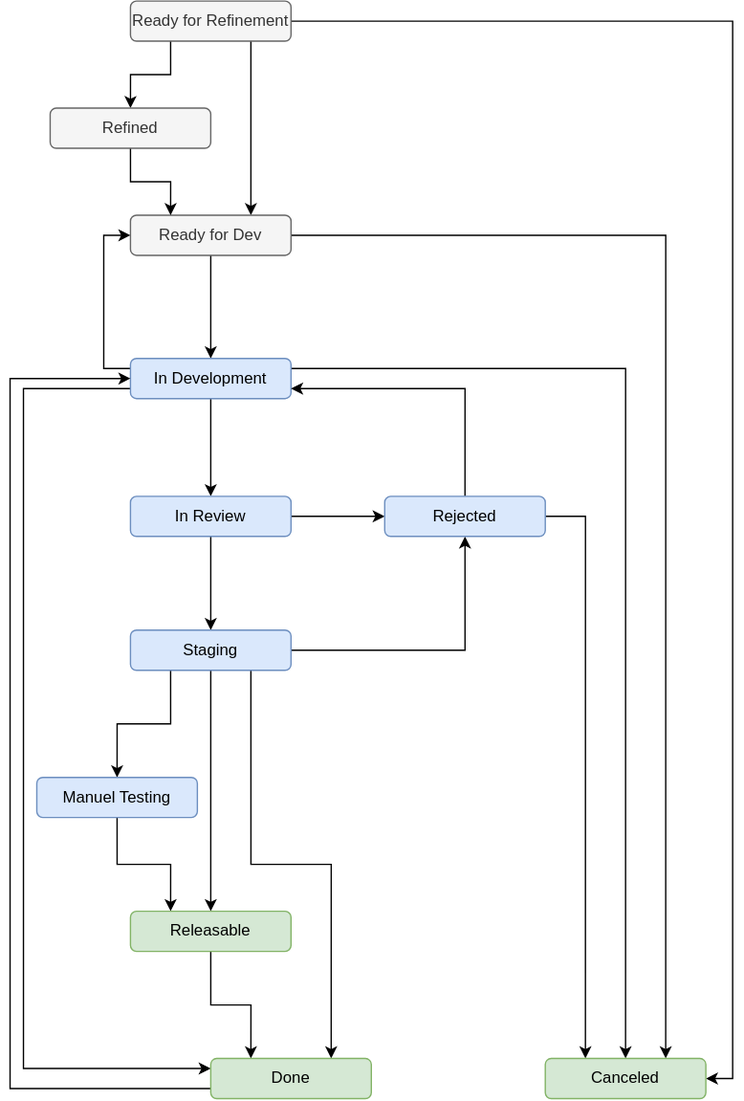
The draw.io diagram workflows/workflow-bug.drawio.svg in ksb-digital/.github, before a commit. Source tidied: cells renumbered, new cells last; positions are measured from the earlier drawing's top-left corner, leaving out a move shared by most shapes.
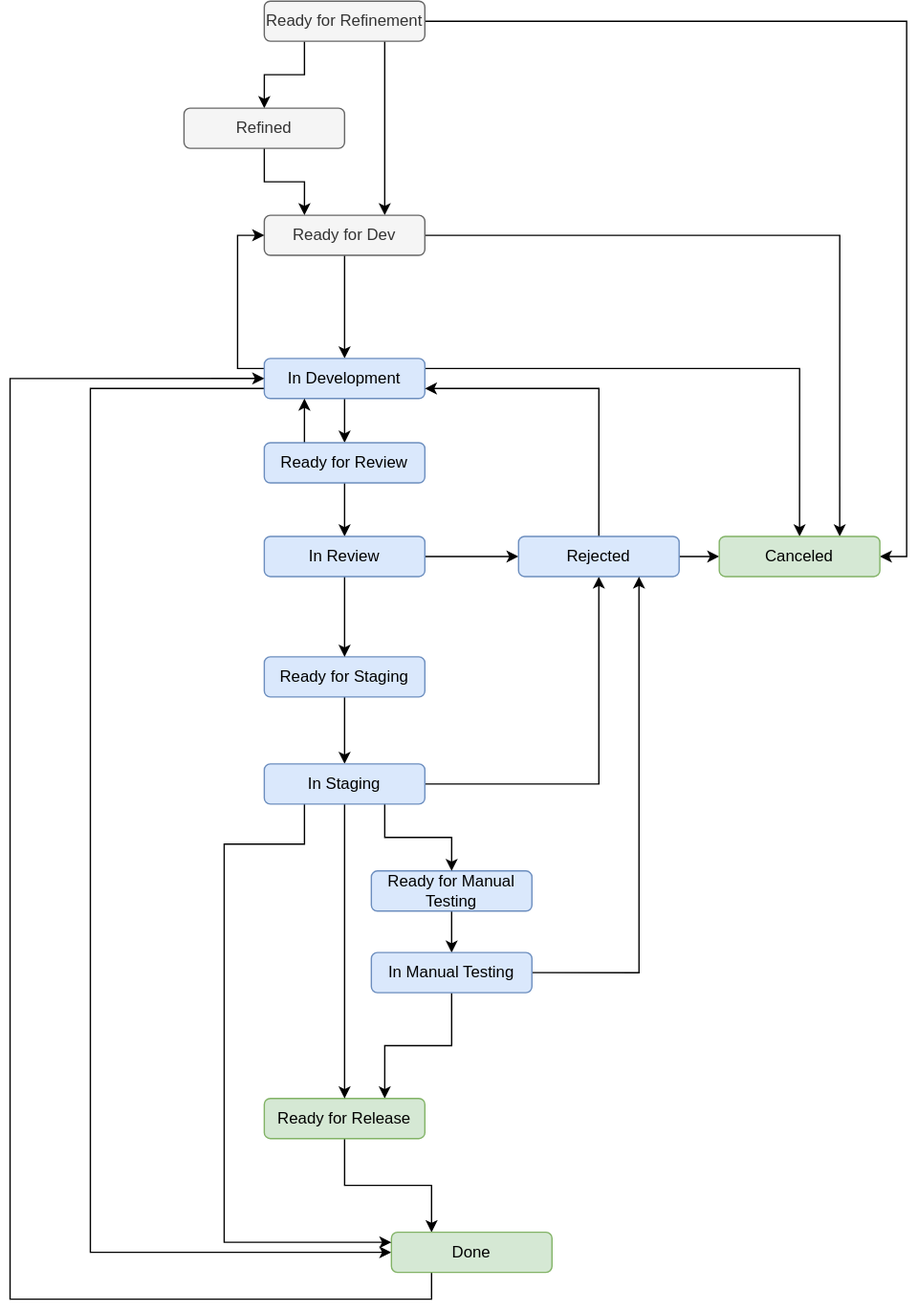
Above is the later version.

Commit message:
docs: adjust bug workflow

Change to the diagram source:
```diff
@@ -29,78 +29,79 @@
     <mxCell id="10" style="edgeStyle=orthogonalEdgeStyle;rounded=0;jettySize=auto;html=1;exitX=1;exitY=0.25;exitDx=0;exitDy=0;entryX=0.5;entryY=0;entryDx=0;entryDy=0;" parent="1" edge="1" source="13" target="31">
       <mxGeometry relative="1" as="geometry" />
     </mxCell>
+    <mxCell id="12" style="edgeStyle=orthogonalEdgeStyle;rounded=0;jettySize=auto;html=1;exitX=0;exitY=0.25;exitDx=0;exitDy=0;entryX=0;entryY=0.5;entryDx=0;entryDy=0;" parent="1" edge="1" source="13" target="8">
+      <mxGeometry relative="1" as="geometry" />
+    </mxCell>
-    <mxCell id="11" style="edgeStyle=orthogonalEdgeStyle;rounded=0;jettySize=auto;html=1;exitX=0;exitY=0.75;exitDx=0;exitDy=0;entryX=0;entryY=0.25;entryDx=0;entryDy=0;" parent="1" edge="1" source="13" target="30">
+    <mxCell id="11" style="edgeStyle=orthogonalEdgeStyle;rounded=0;jettySize=auto;html=1;exitX=0;exitY=0.75;exitDx=0;exitDy=0;entryX=0;entryY=0.5;entryDx=0;entryDy=0;" parent="1" edge="1" source="13" target="30">
       <mxGeometry relative="1" as="geometry">
         <Array as="points">
-          <mxPoint x="10" y="290" />
-          <mxPoint x="10" y="798" />
+          <mxPoint x="-40" y="290" />
+          <mxPoint x="-40" y="935" />
         </Array>
       </mxGeometry>
     </mxCell>
-    <mxCell id="12" style="edgeStyle=orthogonalEdgeStyle;rounded=0;jettySize=auto;html=1;exitX=0;exitY=0.25;exitDx=0;exitDy=0;entryX=0;entryY=0.5;entryDx=0;entryDy=0;" parent="1" edge="1" source="13" target="8">
-      <mxGeometry relative="1" as="geometry" />
-    </mxCell>
     <mxCell id="13" value="In Development" style="rounded=1;whiteSpace=wrap;html=1;fillColor=#dae8fc;strokeColor=#6c8ebf;" parent="1" vertex="1">
       <mxGeometry x="90" y="267" width="120" height="30" as="geometry" />
     </mxCell>
-    <mxCell id="14" style="edgeStyle=orthogonalEdgeStyle;rounded=0;jettySize=auto;html=1;exitX=0.5;exitY=1;exitDx=0;exitDy=0;entryX=0.5;entryY=0;entryDx=0;entryDy=0;" parent="1" edge="1" source="16" target="21">
-      <mxGeometry relative="1" as="geometry" />
-    </mxCell>
-    <mxCell id="15" style="edgeStyle=orthogonalEdgeStyle;rounded=0;jettySize=auto;html=1;exitX=1;exitY=0.5;exitDx=0;exitDy=0;entryX=0;entryY=0.5;entryDx=0;entryDy=0;" parent="1" edge="1" source="16" target="24">
+    <mxCell id="15" style="edgeStyle=orthogonalEdgeStyle;rounded=0;jettySize=auto;html=1;exitX=1;exitY=0.5;exitDx=0;exitDy=0;entryX=0;entryY=0.5;entryDx=0;entryDy=0;" parent="1" edge="1" source="39" target="24">
       <mxGeometry relative="1" as="geometry" />
     </mxCell>
+    <mxCell id="34" style="edgeStyle=orthogonalEdgeStyle;rounded=0;jettySize=auto;html=1;exitX=0.5;exitY=1;exitDx=0;exitDy=0;entryX=0.5;entryY=0;entryDx=0;entryDy=0;" parent="1" edge="1" source="16" target="39">
+      <mxGeometry relative="1" as="geometry" />
+    </mxCell>
+    <mxCell id="35" style="edgeStyle=orthogonalEdgeStyle;rounded=0;jettySize=auto;html=1;exitX=0.25;exitY=0;exitDx=0;exitDy=0;entryX=0.25;entryY=1;entryDx=0;entryDy=0;" parent="1" edge="1" source="16" target="13">
+      <mxGeometry relative="1" as="geometry" />
+    </mxCell>
-    <mxCell id="16" value="In Review" style="rounded=1;whiteSpace=wrap;html=1;fillColor=#dae8fc;strokeColor=#6c8ebf;" parent="1" vertex="1">
-      <mxGeometry x="90" y="370" width="120" height="30" as="geometry" />
+    <mxCell id="16" value="Ready for Review" style="rounded=1;whiteSpace=wrap;html=1;fillColor=#dae8fc;strokeColor=#6c8ebf;" parent="1" vertex="1">
+      <mxGeometry x="90" y="330" width="120" height="30" as="geometry" />
     </mxCell>
-    <mxCell id="17" style="edgeStyle=orthogonalEdgeStyle;rounded=0;jettySize=auto;html=1;exitX=0.25;exitY=1;exitDx=0;exitDy=0;entryX=0.5;entryY=0;entryDx=0;entryDy=0;" parent="1" edge="1" source="21" target="26">
-      <mxGeometry relative="1" as="geometry" />
-    </mxCell>
-    <mxCell id="18" style="edgeStyle=orthogonalEdgeStyle;rounded=0;jettySize=auto;html=1;exitX=0.5;exitY=1;exitDx=0;exitDy=0;entryX=0.5;entryY=0;entryDx=0;entryDy=0;" parent="1" edge="1" source="21" target="28">
-      <mxGeometry relative="1" as="geometry" />
-    </mxCell>
-    <mxCell id="19" style="edgeStyle=orthogonalEdgeStyle;rounded=0;jettySize=auto;html=1;exitX=0.75;exitY=1;exitDx=0;exitDy=0;entryX=0.75;entryY=0;entryDx=0;entryDy=0;" parent="1" edge="1" source="21" target="30">
-      <mxGeometry relative="1" as="geometry" />
-    </mxCell>
-    <mxCell id="20" style="edgeStyle=orthogonalEdgeStyle;rounded=0;jettySize=auto;html=1;exitX=1;exitY=0.5;exitDx=0;exitDy=0;entryX=0.5;entryY=1;entryDx=0;entryDy=0;" parent="1" edge="1" source="21" target="24">
+    <mxCell id="20" style="edgeStyle=orthogonalEdgeStyle;rounded=0;jettySize=auto;html=1;exitX=1;exitY=0.5;exitDx=0;exitDy=0;entryX=0.5;entryY=1;entryDx=0;entryDy=0;" parent="1" edge="1" source="43" target="24">
       <mxGeometry relative="1" as="geometry" />
     </mxCell>
+    <mxCell id="36" style="edgeStyle=orthogonalEdgeStyle;rounded=0;jettySize=auto;html=1;exitX=0.5;exitY=1;exitDx=0;exitDy=0;entryX=0.5;entryY=0;entryDx=0;entryDy=0;" parent="1" edge="1" source="21" target="43">
+      <mxGeometry relative="1" as="geometry" />
+    </mxCell>
-    <mxCell id="21" value="Staging" style="rounded=1;whiteSpace=wrap;html=1;fillColor=#dae8fc;strokeColor=#6c8ebf;" parent="1" vertex="1">
-      <mxGeometry x="90" y="470" width="120" height="30" as="geometry" />
+    <mxCell id="21" value="Ready for Staging" style="rounded=1;whiteSpace=wrap;html=1;fillColor=#dae8fc;strokeColor=#6c8ebf;" parent="1" vertex="1">
+      <mxGeometry x="90" y="490" width="120" height="30" as="geometry" />
     </mxCell>
     <mxCell id="22" style="edgeStyle=orthogonalEdgeStyle;rounded=0;jettySize=auto;html=1;exitX=0.5;exitY=0;exitDx=0;exitDy=0;entryX=1;entryY=0.75;entryDx=0;entryDy=0;" parent="1" edge="1" source="24" target="13">
       <mxGeometry relative="1" as="geometry" />
     </mxCell>
-    <mxCell id="23" style="edgeStyle=orthogonalEdgeStyle;rounded=0;jettySize=auto;html=1;exitX=1;exitY=0.5;exitDx=0;exitDy=0;entryX=0.25;entryY=0;entryDx=0;entryDy=0;" parent="1" edge="1" source="24" target="31">
+    <mxCell id="23" style="edgeStyle=orthogonalEdgeStyle;rounded=0;jettySize=auto;html=1;exitX=1;exitY=0.5;exitDx=0;exitDy=0;entryX=0;entryY=0.5;entryDx=0;entryDy=0;" parent="1" edge="1" source="24" target="31">
       <mxGeometry relative="1" as="geometry" />
     </mxCell>
     <mxCell id="24" value="Rejected" style="rounded=1;whiteSpace=wrap;html=1;fillColor=#dae8fc;strokeColor=#6c8ebf;" parent="1" vertex="1">
-      <mxGeometry x="280" y="370" width="120" height="30" as="geometry" />
+      <mxGeometry x="280" y="400" width="120" height="30" as="geometry" />
     </mxCell>
-    <mxCell id="25" style="edgeStyle=orthogonalEdgeStyle;rounded=0;jettySize=auto;html=1;exitX=0.5;exitY=1;exitDx=0;exitDy=0;entryX=0.25;entryY=0;entryDx=0;entryDy=0;" parent="1" edge="1" source="26" target="28">
+    <mxCell id="25" style="edgeStyle=orthogonalEdgeStyle;rounded=0;jettySize=auto;html=1;exitX=0.5;exitY=1;exitDx=0;exitDy=0;entryX=0.75;entryY=0;entryDx=0;entryDy=0;" parent="1" edge="1" source="45" target="28">
       <mxGeometry relative="1" as="geometry" />
     </mxCell>
+    <mxCell id="37" style="edgeStyle=orthogonalEdgeStyle;rounded=0;jettySize=auto;html=1;exitX=0.5;exitY=1;exitDx=0;exitDy=0;entryX=0.5;entryY=0;entryDx=0;entryDy=0;" parent="1" edge="1" source="26" target="45">
+      <mxGeometry relative="1" as="geometry" />
+    </mxCell>
-    <mxCell id="26" value="Manuel Testing" style="rounded=1;whiteSpace=wrap;html=1;fillColor=#dae8fc;strokeColor=#6c8ebf;" parent="1" vertex="1">
-      <mxGeometry x="20" y="580" width="120" height="30" as="geometry" />
+    <mxCell id="26" value="Ready for Manual Testing" style="rounded=1;whiteSpace=wrap;html=1;fillColor=#dae8fc;strokeColor=#6c8ebf;" parent="1" vertex="1">
+      <mxGeometry x="170" y="650" width="120" height="30" as="geometry" />
     </mxCell>
     <mxCell id="27" style="edgeStyle=orthogonalEdgeStyle;rounded=0;jettySize=auto;html=1;exitX=0.5;exitY=1;exitDx=0;exitDy=0;entryX=0.25;entryY=0;entryDx=0;entryDy=0;" parent="1" edge="1" source="28" target="30">
       <mxGeometry relative="1" as="geometry" />
     </mxCell>
-    <mxCell id="28" value="Releasable" style="rounded=1;whiteSpace=wrap;html=1;fillColor=#d5e8d4;strokeColor=#82b366;" parent="1" vertex="1">
-      <mxGeometry x="90" y="680" width="120" height="30" as="geometry" />
+    <mxCell id="28" value="Ready for Release" style="rounded=1;whiteSpace=wrap;html=1;fillColor=#d5e8d4;strokeColor=#82b366;" parent="1" vertex="1">
+      <mxGeometry x="90" y="820" width="120" height="30" as="geometry" />
     </mxCell>
-    <mxCell id="29" style="edgeStyle=orthogonalEdgeStyle;rounded=0;jettySize=auto;html=1;exitX=0;exitY=0.75;exitDx=0;exitDy=0;entryX=0;entryY=0.5;entryDx=0;entryDy=0;" parent="1" edge="1" source="30" target="13">
+    <mxCell id="29" style="edgeStyle=orthogonalEdgeStyle;rounded=0;jettySize=auto;html=1;exitX=0.25;exitY=1;exitDx=0;exitDy=0;entryX=0;entryY=0.5;entryDx=0;entryDy=0;" parent="1" edge="1" source="30" target="13">
       <mxGeometry relative="1" as="geometry">
         <Array as="points">
-          <mxPoint y="813" />
-          <mxPoint y="282" />
+          <mxPoint x="215" y="970" />
+          <mxPoint x="-100" y="970" />
+          <mxPoint x="-100" y="282" />
         </Array>
       </mxGeometry>
     </mxCell>
     <mxCell id="30" value="Done" style="rounded=1;whiteSpace=wrap;html=1;fillColor=#d5e8d4;strokeColor=#82b366;" parent="1" vertex="1">
-      <mxGeometry x="150" y="790" width="120" height="30" as="geometry" />
+      <mxGeometry x="185" y="920" width="120" height="30" as="geometry" />
     </mxCell>
     <mxCell id="31" value="Canceled" style="rounded=1;whiteSpace=wrap;html=1;fillColor=#d5e8d4;strokeColor=#82b366;" parent="1" vertex="1">
-      <mxGeometry x="400" y="790" width="120" height="30" as="geometry" />
+      <mxGeometry x="430" y="400" width="120" height="30" as="geometry" />
     </mxCell>
     <mxCell id="32" style="edgeStyle=orthogonalEdgeStyle;rounded=0;jettySize=auto;html=1;exitX=0.5;exitY=1;exitDx=0;exitDy=0;entryX=0.25;entryY=0;entryDx=0;entryDy=0;" parent="1" edge="1" source="33" target="8">
       <mxGeometry relative="1" as="geometry" />
@@ -108,5 +109,35 @@
     <mxCell id="33" value="Refined" style="rounded=1;whiteSpace=wrap;html=1;fillColor=#f5f5f5;fontColor=#333333;strokeColor=#666666;" parent="1" vertex="1">
       <mxGeometry x="30" y="80" width="120" height="30" as="geometry" />
     </mxCell>
+    <mxCell id="38" style="edgeStyle=orthogonalEdgeStyle;rounded=0;jettySize=auto;html=1;exitX=0.5;exitY=1;exitDx=0;exitDy=0;entryX=0.5;entryY=0;entryDx=0;entryDy=0;" parent="1" edge="1" source="39" target="21">
+      <mxGeometry relative="1" as="geometry" />
+    </mxCell>
+    <mxCell id="39" value="In Review" style="rounded=1;whiteSpace=wrap;html=1;fillColor=#dae8fc;strokeColor=#6c8ebf;" parent="1" vertex="1">
+      <mxGeometry x="90" y="400" width="120" height="30" as="geometry" />
+    </mxCell>
+    <mxCell id="40" style="edgeStyle=orthogonalEdgeStyle;rounded=0;jettySize=auto;html=1;exitX=0.75;exitY=1;exitDx=0;exitDy=0;entryX=0.5;entryY=0;entryDx=0;entryDy=0;" parent="1" edge="1" source="43" target="26">
+      <mxGeometry relative="1" as="geometry" />
+    </mxCell>
+    <mxCell id="41" style="edgeStyle=orthogonalEdgeStyle;rounded=0;jettySize=auto;html=1;exitX=0.25;exitY=1;exitDx=0;exitDy=0;entryX=0;entryY=0.25;entryDx=0;entryDy=0;" parent="1" edge="1" source="43" target="30">
+      <mxGeometry relative="1" as="geometry">
+        <Array as="points">
+          <mxPoint x="120" y="630" />
+          <mxPoint x="60" y="630" />
+          <mxPoint x="60" y="928" />
+        </Array>
+      </mxGeometry>
+    </mxCell>
+    <mxCell id="42" style="edgeStyle=orthogonalEdgeStyle;rounded=0;jettySize=auto;html=1;exitX=0.5;exitY=1;exitDx=0;exitDy=0;entryX=0.5;entryY=0;entryDx=0;entryDy=0;" parent="1" edge="1" source="43" target="28">
+      <mxGeometry relative="1" as="geometry" />
+    </mxCell>
+    <mxCell id="43" value="In Staging" style="rounded=1;whiteSpace=wrap;html=1;fillColor=#dae8fc;strokeColor=#6c8ebf;" parent="1" vertex="1">
+      <mxGeometry x="90" y="570" width="120" height="30" as="geometry" />
+    </mxCell>
+    <mxCell id="44" style="edgeStyle=orthogonalEdgeStyle;rounded=0;jettySize=auto;html=1;exitX=1;exitY=0.5;exitDx=0;exitDy=0;entryX=0.75;entryY=1;entryDx=0;entryDy=0;" parent="1" edge="1" source="45" target="24">
+      <mxGeometry relative="1" as="geometry" />
+    </mxCell>
+    <mxCell id="45" value="In Manual Testing" style="rounded=1;whiteSpace=wrap;html=1;fillColor=#dae8fc;strokeColor=#6c8ebf;" parent="1" vertex="1">
+      <mxGeometry x="170" y="711" width="120" height="30" as="geometry" />
+    </mxCell>
   </root>
 </mxGraphModel>
```
